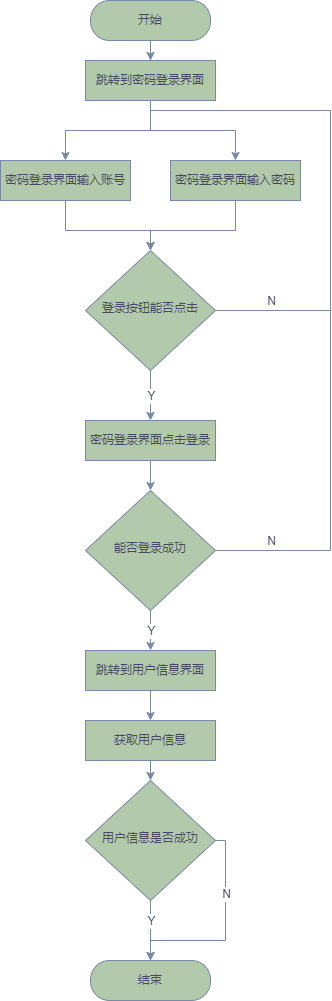
notigit/Image keeps this draw.io diagram as x9hp/验证码登录流程图.png. Above is the earlier version. Source tidied: cells renumbered, new cells last; positions are measured from the earlier drawing's top-left corner, leaving out a move shared by most shapes.
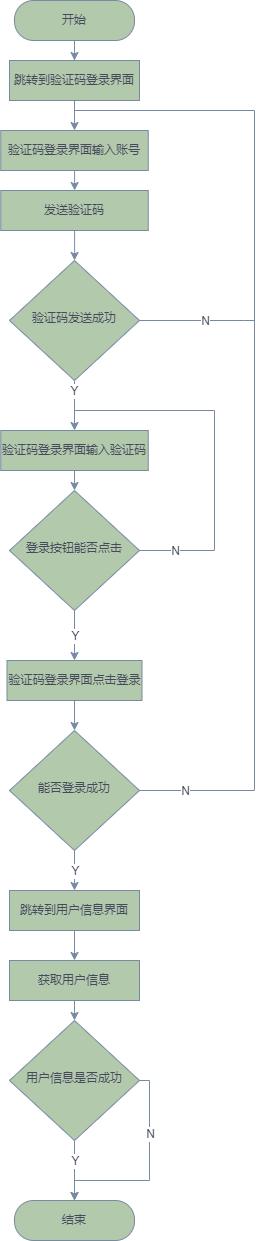
The same file after the commit.

Commit message:
更新验证码登录流程图.png

Change to the diagram source:
```diff
@@ -5,14 +5,11 @@
     <mxCell id="2" style="rounded=0;html=1;jettySize=auto;fontSize=11;endArrow=classic;endFill=1;strokeWidth=1;shadow=0;labelBackgroundColor=none;edgeStyle=orthogonalEdgeStyle;strokeColor=#788AA3;fontColor=#46495D;entryX=0.5;entryY=0;entryDx=0;entryDy=0;exitX=0.5;exitY=1;exitDx=0;exitDy=0;" parent="1" edge="1" source="31" target="10">
       <mxGeometry relative="1" as="geometry" />
     </mxCell>
-    <mxCell id="3" style="edgeStyle=orthogonalEdgeStyle;rounded=0;jettySize=auto;html=1;entryX=0.5;entryY=0;entryDx=0;entryDy=0;fontColor=#46495D;startArrow=none;startFill=0;endArrow=classic;endFill=1;strokeColor=#788AA3;fillColor=#B2C9AB;exitX=0.5;exitY=1;exitDx=0;exitDy=0;" parent="1" edge="1" source="31" target="12">
-      <mxGeometry relative="1" as="geometry" />
-    </mxCell>
     <mxCell id="4" style="edgeStyle=orthogonalEdgeStyle;rounded=0;jettySize=auto;html=1;entryX=0.5;entryY=0;entryDx=0;entryDy=0;fontColor=#46495D;startArrow=none;startFill=0;endArrow=classic;endFill=1;strokeColor=#788AA3;fillColor=#B2C9AB;" parent="1" edge="1" source="5" target="31">
       <mxGeometry relative="1" as="geometry" />
     </mxCell>
     <mxCell id="5" value="开始" style="rounded=1;whiteSpace=wrap;html=1;fontSize=12;glass=0;strokeWidth=1;shadow=0;absoluteArcSize=0;arcSize=48;fillColor=#B2C9AB;strokeColor=#788AA3;fontColor=#46495D;" parent="1" vertex="1">
-      <mxGeometry x="90" width="120" height="40" as="geometry" />
+      <mxGeometry x="90" y="-240" width="120" height="40" as="geometry" />
     </mxCell>
     <mxCell id="6" value="登录按钮能否点击" style="rhombus;whiteSpace=wrap;html=1;shadow=0;fontFamily=Helvetica;fontSize=12;align=center;strokeWidth=1;spacing=6;spacingTop=-4;fillColor=#B2C9AB;strokeColor=#788AA3;fontColor=#46495D;rounded=0;" parent="1" vertex="1">
       <mxGeometry x="85" y="250" width="130" height="120" as="geometry" />
@@ -23,33 +20,23 @@
     <mxCell id="8" value="结束" style="rounded=1;whiteSpace=wrap;html=1;fontSize=12;glass=0;strokeWidth=1;shadow=0;fillColor=#B2C9AB;strokeColor=#788AA3;fontColor=#46495D;arcSize=48;" parent="1" vertex="1">
       <mxGeometry x="90" y="960" width="120" height="40" as="geometry" />
     </mxCell>
-    <mxCell id="9" style="edgeStyle=orthogonalEdgeStyle;rounded=0;jettySize=auto;html=1;fontColor=#46495D;startArrow=none;startFill=0;endArrow=classic;endFill=1;strokeColor=#788AA3;fillColor=#B2C9AB;exitX=0.5;exitY=1;exitDx=0;exitDy=0;entryX=0.5;entryY=0;entryDx=0;entryDy=0;" parent="1" edge="1" source="10" target="6">
-      <mxGeometry relative="1" as="geometry">
-        <Array as="points">
-          <mxPoint x="65" y="230" />
-          <mxPoint x="150" y="230" />
-        </Array>
-      </mxGeometry>
-    </mxCell>
+    <mxCell id="34" style="edgeStyle=orthogonalEdgeStyle;rounded=0;jettySize=auto;html=1;entryX=0.5;entryY=0;entryDx=0;entryDy=0;strokeColor=#788AA3;fontColor=#46495D;" parent="1" edge="1" source="10" target="36">
+      <mxGeometry relative="1" as="geometry" />
+    </mxCell>
-    <mxCell id="10" value="密码登录界面输入账号" style="rounded=0;whiteSpace=wrap;html=1;fontSize=12;glass=0;strokeWidth=1;shadow=0;fillColor=#B2C9AB;strokeColor=#788AA3;fontColor=#46495D;arcSize=0;" parent="1" vertex="1">
-      <mxGeometry y="160" width="130" height="40" as="geometry" />
+    <mxCell id="10" value="验证码登录界面输入账号" style="rounded=0;whiteSpace=wrap;html=1;fontSize=12;glass=0;strokeWidth=1;shadow=0;fillColor=#B2C9AB;strokeColor=#788AA3;fontColor=#46495D;arcSize=0;" parent="1" vertex="1">
+      <mxGeometry x="76.2" y="-110" width="147.5" height="40" as="geometry" />
     </mxCell>
     <mxCell id="11" style="edgeStyle=orthogonalEdgeStyle;rounded=0;jettySize=auto;html=1;entryX=0.5;entryY=0;entryDx=0;entryDy=0;fontColor=#46495D;startArrow=none;startFill=0;endArrow=classic;endFill=1;strokeColor=#788AA3;fillColor=#B2C9AB;exitX=0.5;exitY=1;exitDx=0;exitDy=0;" parent="1" edge="1" source="12" target="6">
-      <mxGeometry relative="1" as="geometry">
-        <Array as="points">
-          <mxPoint x="235" y="230" />
-          <mxPoint x="150" y="230" />
-        </Array>
-      </mxGeometry>
+      <mxGeometry relative="1" as="geometry" />
     </mxCell>
-    <mxCell id="12" value="密码登录界面输入密码" style="rounded=0;whiteSpace=wrap;html=1;fontSize=12;glass=0;strokeWidth=1;shadow=0;fillColor=#B2C9AB;strokeColor=#788AA3;fontColor=#46495D;arcSize=0;" parent="1" vertex="1">
-      <mxGeometry x="170" y="160" width="130" height="40" as="geometry" />
+    <mxCell id="12" value="验证码登录界面输入验证码" style="rounded=0;whiteSpace=wrap;html=1;fontSize=12;glass=0;strokeWidth=1;shadow=0;fillColor=#B2C9AB;strokeColor=#788AA3;fontColor=#46495D;arcSize=0;" parent="1" vertex="1">
+      <mxGeometry x="76.2" y="190" width="147.5" height="40" as="geometry" />
     </mxCell>
     <mxCell id="13" style="edgeStyle=orthogonalEdgeStyle;rounded=0;jettySize=auto;html=1;fontColor=#46495D;startArrow=none;startFill=0;endArrow=classic;endFill=1;strokeColor=#788AA3;fillColor=#B2C9AB;entryX=0.5;entryY=0;entryDx=0;entryDy=0;exitX=0.5;exitY=1;exitDx=0;exitDy=0;" parent="1" edge="1" source="14" target="15">
       <mxGeometry relative="1" as="geometry" />
     </mxCell>
-    <mxCell id="14" value="密码登录界面点击登录" style="rounded=0;whiteSpace=wrap;html=1;fontSize=12;glass=0;strokeWidth=1;shadow=0;fillColor=#B2C9AB;strokeColor=#788AA3;fontColor=#46495D;arcSize=0;" parent="1" vertex="1">
-      <mxGeometry x="85" y="420" width="130" height="40" as="geometry" />
+    <mxCell id="14" value="验证码登录界面点击登录" style="rounded=0;whiteSpace=wrap;html=1;fontSize=12;glass=0;strokeWidth=1;shadow=0;fillColor=#B2C9AB;strokeColor=#788AA3;fontColor=#46495D;arcSize=0;" parent="1" vertex="1">
+      <mxGeometry x="82.5" y="420" width="135" height="40" as="geometry" />
     </mxCell>
     <mxCell id="15" value="能否登录成功" style="rhombus;whiteSpace=wrap;html=1;shadow=0;fontFamily=Helvetica;fontSize=12;align=center;strokeWidth=1;spacing=6;spacingTop=-4;fillColor=#B2C9AB;strokeColor=#788AA3;fontColor=#46495D;rounded=0;" parent="1" vertex="1">
       <mxGeometry x="85" y="490" width="130" height="120" as="geometry" />
@@ -68,32 +55,32 @@
     </mxCell>
     <mxCell id="20" style="endArrow=none;html=1;rounded=0;fontColor=#46495D;strokeColor=#788AA3;fillColor=#B2C9AB;endFill=0;edgeStyle=orthogonalEdgeStyle;exitX=1;exitY=0.5;exitDx=0;exitDy=0;" parent="1" edge="1" source="6">
       <mxGeometry relative="1" as="geometry">
-        <mxPoint x="150" y="120" as="targetPoint" />
+        <mxPoint x="150" y="160" as="targetPoint" />
         <Array as="points">
-          <mxPoint x="330" y="310" />
-          <mxPoint x="330" y="110" />
-          <mxPoint x="150" y="110" />
+          <mxPoint x="290" y="310" />
+          <mxPoint x="290" y="170" />
+          <mxPoint x="150" y="170" />
         </Array>
       </mxGeometry>
     </mxCell>
     <mxCell id="21" value="N" style="edgeLabel;html=1;align=center;verticalAlign=middle;rounded=1;fontColor=#46495D;strokeColor=#788AA3;fillColor=#B2C9AB;" parent="20" vertex="1">
       <mxGeometry relative="1" as="geometry">
-        <mxPoint x="-60" y="128" as="offset" />
+        <mxPoint x="-40" y="108" as="offset" />
       </mxGeometry>
     </mxCell>
     <mxCell id="22" style="endArrow=none;html=1;rounded=0;fontColor=#46495D;strokeColor=#788AA3;fillColor=#B2C9AB;exitX=1;exitY=0.5;exitDx=0;exitDy=0;endFill=0;edgeStyle=orthogonalEdgeStyle;" parent="1" edge="1" source="15">
       <mxGeometry relative="1" as="geometry">
-        <mxPoint x="150" y="120" as="targetPoint" />
+        <mxPoint x="150" y="-120" as="targetPoint" />
         <Array as="points">
           <mxPoint x="330" y="550" />
-          <mxPoint x="330" y="110" />
-          <mxPoint x="150" y="110" />
+          <mxPoint x="330" y="-130" />
+          <mxPoint x="150" y="-130" />
         </Array>
       </mxGeometry>
     </mxCell>
     <mxCell id="23" value="N" style="edgeLabel;html=1;align=center;verticalAlign=middle;rounded=1;fontColor=#46495D;strokeColor=#788AA3;fillColor=#B2C9AB;" parent="22" vertex="1">
       <mxGeometry relative="1" as="geometry">
-        <mxPoint x="-60" y="248" as="offset" />
+        <mxPoint x="-70" y="378" as="offset" />
       </mxGeometry>
     </mxCell>
     <mxCell id="24" style="edgeStyle=orthogonalEdgeStyle;rounded=0;jettySize=auto;html=1;exitX=0.5;exitY=1;exitDx=0;exitDy=0;entryX=0.5;entryY=0;entryDx=0;entryDy=0;fontColor=#46495D;startArrow=none;startFill=0;endArrow=classic;endFill=1;strokeColor=#788AA3;fillColor=#B2C9AB;" parent="1" edge="1" source="25" target="26">
@@ -127,8 +114,8 @@
         <mxPoint y="-40" as="offset" />
       </mxGeometry>
     </mxCell>
-    <mxCell id="31" value="跳转到密码登录界面" style="rounded=0;whiteSpace=wrap;html=1;fontSize=12;glass=0;strokeWidth=1;shadow=0;fillColor=#B2C9AB;strokeColor=#788AA3;fontColor=#46495D;arcSize=0;" parent="1" vertex="1">
-      <mxGeometry x="85" y="60" width="130" height="40" as="geometry" />
+    <mxCell id="31" value="跳转到验证码登录界面" style="rounded=0;whiteSpace=wrap;html=1;fontSize=12;glass=0;strokeWidth=1;shadow=0;fillColor=#B2C9AB;strokeColor=#788AA3;fontColor=#46495D;arcSize=0;" parent="1" vertex="1">
+      <mxGeometry x="85" y="-180" width="130" height="40" as="geometry" />
     </mxCell>
     <mxCell id="32" style="edgeStyle=orthogonalEdgeStyle;rounded=0;jettySize=auto;html=1;entryX=0.5;entryY=0;entryDx=0;entryDy=0;fontColor=#46495D;startArrow=none;startFill=0;endArrow=classic;endFill=1;strokeColor=#788AA3;fillColor=#B2C9AB;" parent="1" edge="1" source="33" target="25">
       <mxGeometry relative="1" as="geometry" />
@@ -136,5 +123,35 @@
     <mxCell id="33" value="跳转到用户信息界面" style="rounded=0;whiteSpace=wrap;html=1;fontSize=12;glass=0;strokeWidth=1;shadow=0;fillColor=#B2C9AB;strokeColor=#788AA3;fontColor=#46495D;arcSize=0;" parent="1" vertex="1">
       <mxGeometry x="85" y="650" width="130" height="40" as="geometry" />
     </mxCell>
+    <mxCell id="35" style="edgeStyle=orthogonalEdgeStyle;curved=0;rounded=1;sketch=0;jettySize=auto;html=1;entryX=0.5;entryY=0;entryDx=0;entryDy=0;fontColor=#46495D;strokeColor=#788AA3;fillColor=#B2C9AB;" parent="1" edge="1" source="36" target="38">
+      <mxGeometry relative="1" as="geometry" />
+    </mxCell>
+    <mxCell id="36" value="发送验证码" style="rounded=0;whiteSpace=wrap;html=1;fontSize=12;glass=0;strokeWidth=1;shadow=0;fillColor=#B2C9AB;strokeColor=#788AA3;fontColor=#46495D;arcSize=0;" parent="1" vertex="1">
+      <mxGeometry x="76.2" y="-50" width="147.5" height="40" as="geometry" />
+    </mxCell>
+    <mxCell id="37" style="edgeStyle=orthogonalEdgeStyle;curved=0;rounded=1;sketch=0;jettySize=auto;html=1;entryX=0.5;entryY=0;entryDx=0;entryDy=0;fontColor=#46495D;strokeColor=#788AA3;fillColor=#B2C9AB;" parent="1" edge="1" source="38" target="12">
+      <mxGeometry relative="1" as="geometry" />
+    </mxCell>
+    <mxCell id="38" value="验证码发送成功" style="rhombus;whiteSpace=wrap;html=1;shadow=0;fontFamily=Helvetica;fontSize=12;align=center;strokeWidth=1;spacing=6;spacingTop=-4;fillColor=#B2C9AB;strokeColor=#788AA3;fontColor=#46495D;rounded=0;" parent="1" vertex="1">
+      <mxGeometry x="85" y="20" width="130" height="120" as="geometry" />
+    </mxCell>
+    <mxCell id="39" style="endArrow=none;html=1;rounded=0;fontColor=#46495D;strokeColor=#788AA3;fillColor=#B2C9AB;endFill=0;edgeStyle=orthogonalEdgeStyle;exitX=1;exitY=0.5;exitDx=0;exitDy=0;" parent="1" edge="1" source="38">
+      <mxGeometry relative="1" as="geometry">
+        <mxPoint x="330" y="80" as="targetPoint" />
+        <Array as="points">
+          <mxPoint x="320" y="80" />
+        </Array>
+      </mxGeometry>
+    </mxCell>
+    <mxCell id="40" value="N" style="edgeLabel;html=1;align=center;verticalAlign=middle;rounded=1;fontColor=#46495D;strokeColor=#788AA3;fillColor=#B2C9AB;" parent="39" vertex="1">
+      <mxGeometry relative="1" as="geometry">
+        <mxPoint x="7" as="offset" />
+      </mxGeometry>
+    </mxCell>
+    <mxCell id="41" value="Y" style="edgeLabel;html=1;align=center;verticalAlign=middle;rounded=1;fontColor=#46495D;strokeColor=#788AA3;fillColor=#B2C9AB;" parent="1" vertex="1">
+      <mxGeometry x="290" y="70" as="geometry">
+        <mxPoint x="-141" y="80" as="offset" />
+      </mxGeometry>
+    </mxCell>
   </root>
 </mxGraphModel>
```
